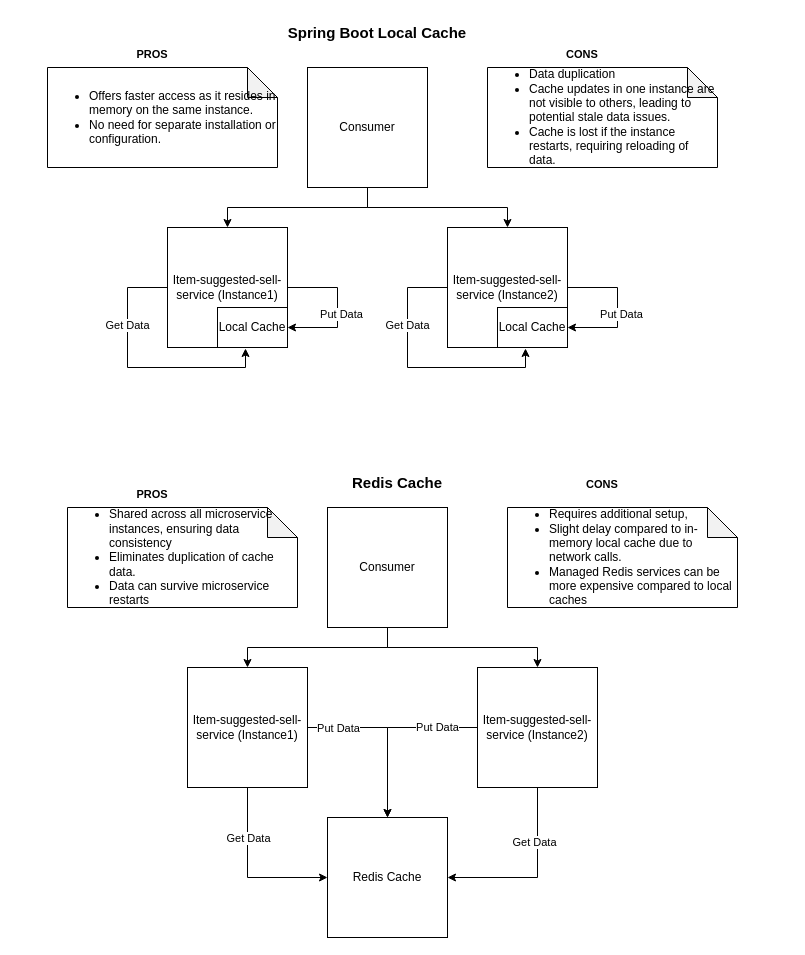
aswathamnaren/ArchitectureDiagrams keeps this draw.io diagram as Sample.drawio. Above is the earlier version. Source tidied: cells renumbered, new cells numbered last; positions are measured from the earlier drawing's top-left corner, leaving out a move shared by most shapes. Both pictures are drawn from the tidied source at 100%, with x=0, y=0 at pixel (47, 17).
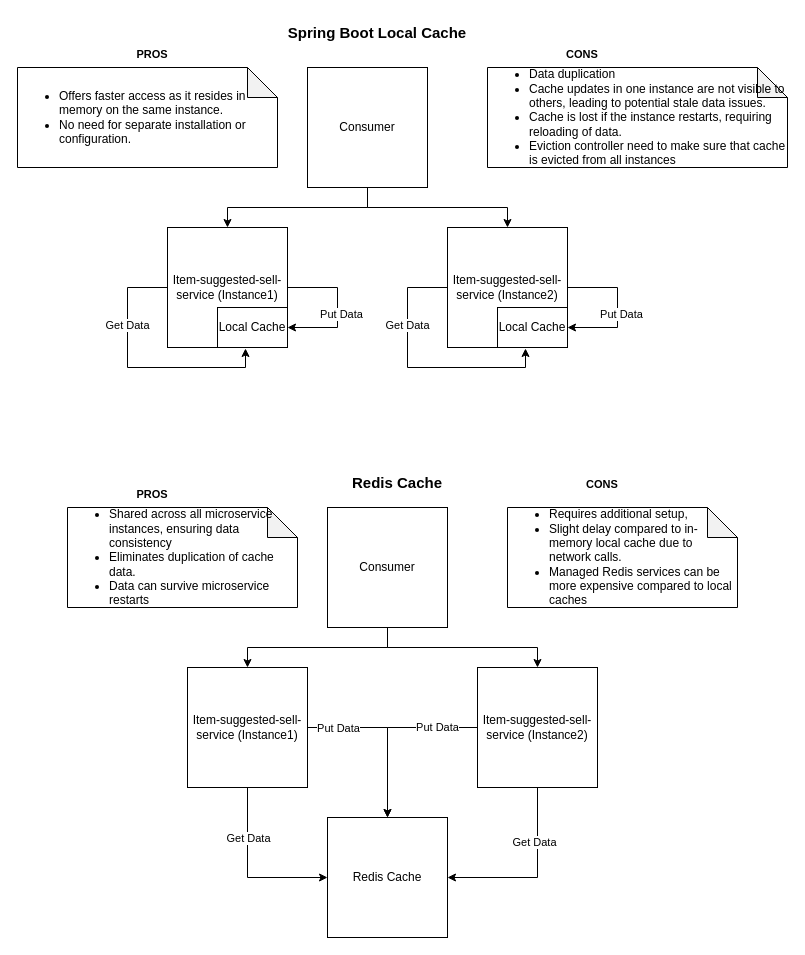
After the change.

Change to the diagram source:
```diff
@@
     <mxCell id="17" value="&lt;ul&gt;&lt;li&gt;Offers faster access as it resides in memory on the same instance.&lt;/li&gt;&lt;li&gt;No need for separate installation or configuration.&lt;/li&gt;&lt;/ul&gt;" style="shape=note;whiteSpace=wrap;html=1;backgroundOutline=1;darkOpacity=0.05;align=left;" parent="1" vertex="1">
-      <mxGeometry y="50" width="230" height="100" as="geometry" />
+      <mxGeometry x="-30" y="50" width="260" height="100" as="geometry" />
     </mxCell>
-    <mxCell id="18" value="&lt;ul&gt;&lt;li&gt;&lt;span style=&quot;background-color: initial;&quot;&gt;Data duplication&lt;/span&gt;&lt;/li&gt;&lt;li&gt;&lt;span style=&quot;background-color: initial;&quot;&gt;Cache updates in one instance are not visible to others, leading to potential stale data issues.&lt;/span&gt;&lt;/li&gt;&lt;li&gt;&lt;span style=&quot;background-color: initial;&quot;&gt;Cache is lost if the instance restarts, requiring reloading of data.&lt;/span&gt;&lt;/li&gt;&lt;/ul&gt;" style="shape=note;whiteSpace=wrap;html=1;backgroundOutline=1;darkOpacity=0.05;align=left;" parent="1" vertex="1">
-      <mxGeometry x="440" y="50" width="230" height="100" as="geometry" />
+    <mxCell id="18" value="&lt;ul&gt;&lt;li&gt;&lt;span style=&quot;background-color: initial;&quot;&gt;Data duplication&lt;/span&gt;&lt;/li&gt;&lt;li&gt;&lt;span style=&quot;background-color: initial;&quot;&gt;Cache updates in one instance are not visible to others, leading to potential stale data issues.&lt;/span&gt;&lt;/li&gt;&lt;li&gt;&lt;span style=&quot;background-color: initial;&quot;&gt;Cache is lost if the instance restarts, requiring reloading of data.&lt;/span&gt;&lt;/li&gt;&lt;li&gt;&lt;span style=&quot;background-color: initial;&quot;&gt;Eviction controller need to make sure that cache is evicted from all instances&lt;/span&gt;&lt;/li&gt;&lt;/ul&gt;" style="shape=note;whiteSpace=wrap;html=1;backgroundOutline=1;darkOpacity=0.05;align=left;" parent="1" vertex="1">
+      <mxGeometry x="440" y="50" width="300" height="100" as="geometry" />
     </mxCell>
```
